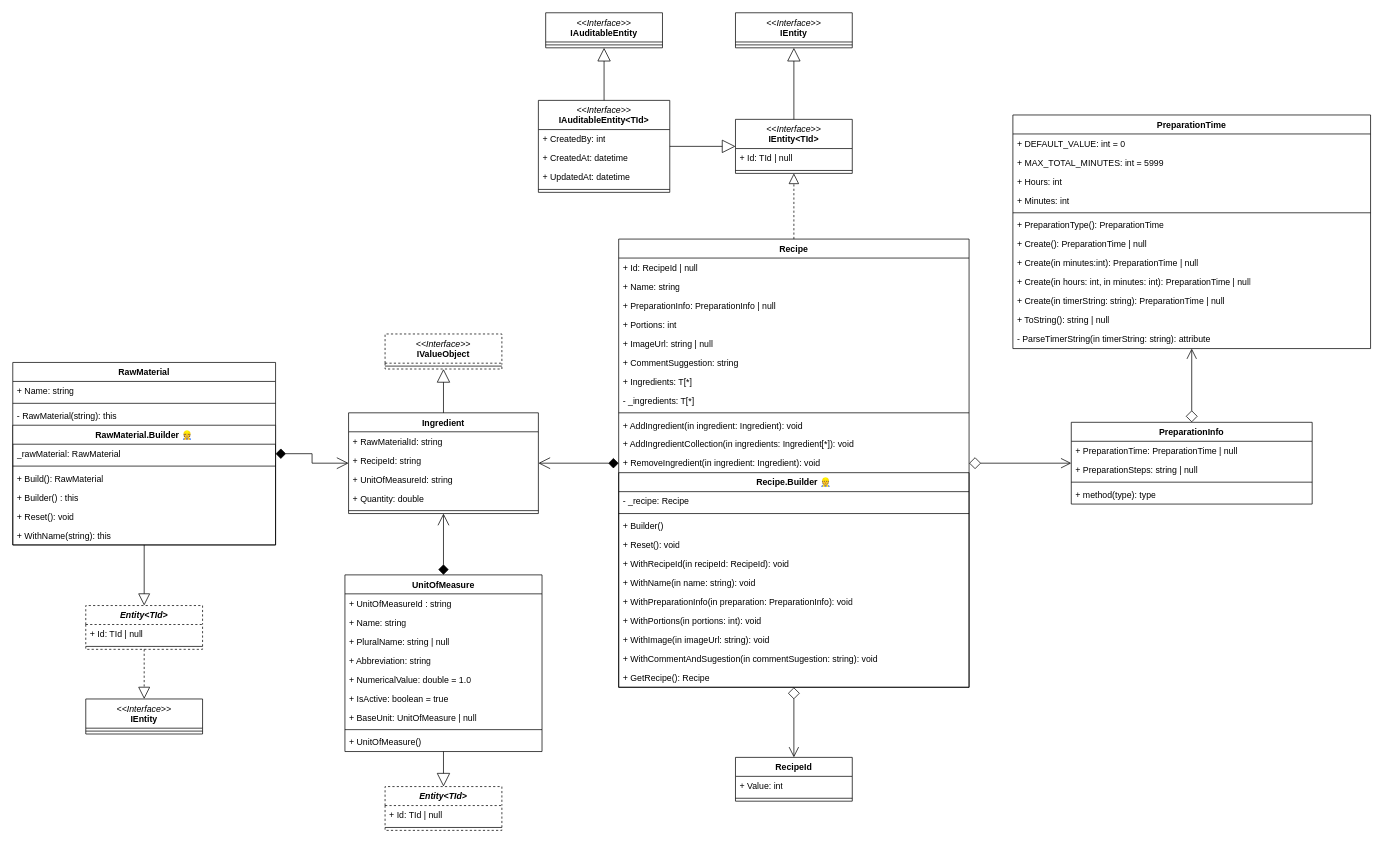
This is page "entity-relationship" (1 of 2) of docs/er.mw-saxsay.drawio from jmayta-dev/Saxsay, a draw.io file, before an edit. Source tidied: cells renumbered, new cells numbered last; positions are measured from the earlier drawing's top-left corner, leaving out a move shared by most shapes. Both pictures are drawn from the tidied source at 73%, with x=0, y=0 at pixel (12, 12).
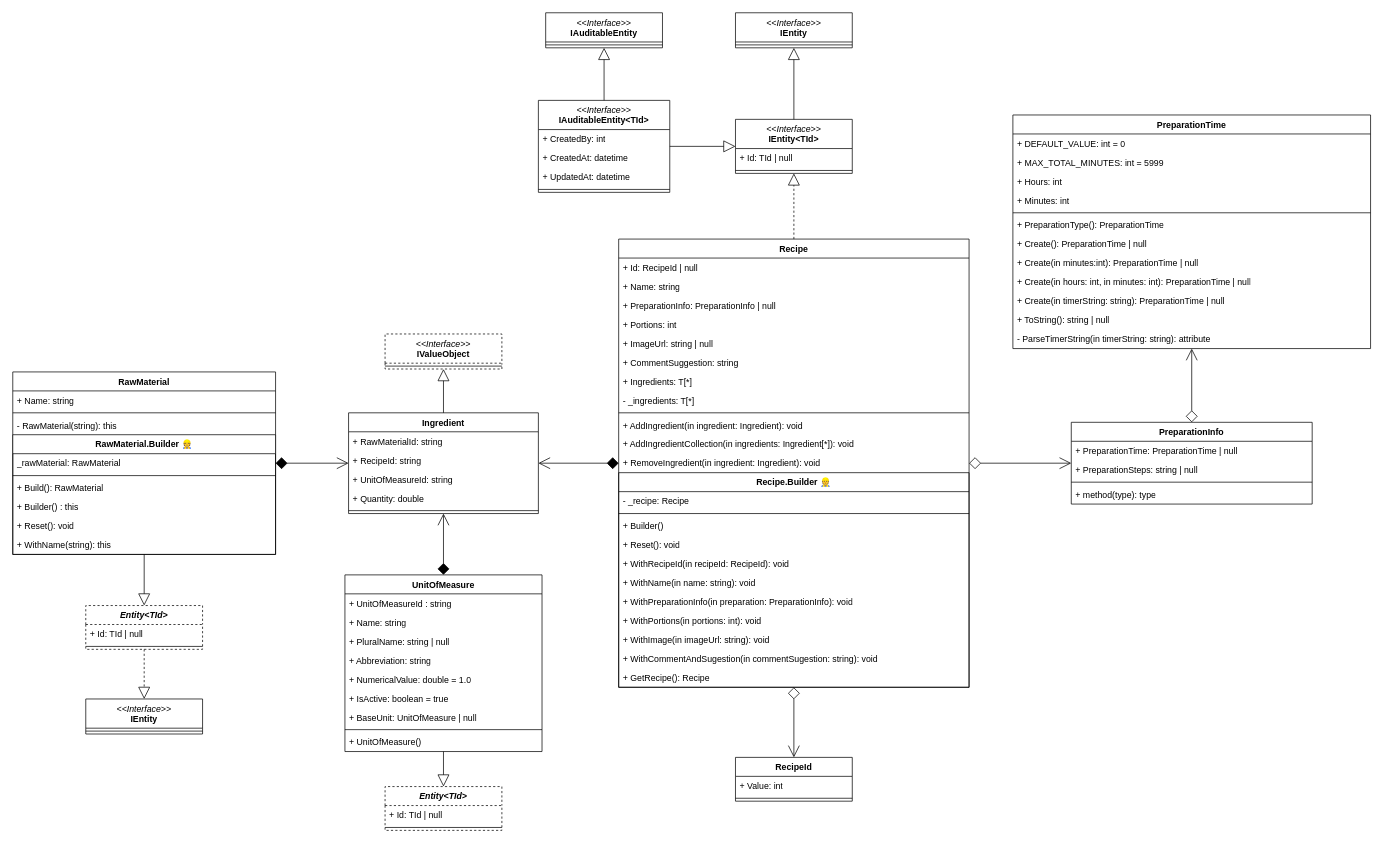
The same diagram, later.

Unchanged cells that the change refers to:
```xml
<mxCell id="2" value="Recipe" style="swimlane;fontStyle=1;align=center;verticalAlign=top;horizontal=1;startSize=26;whiteSpace=wrap;html=1;fontFamily=Fira Code;fillColor=none;labelBackgroundColor=none;" parent="1" vertex="1">
  <mxGeometry x="830" y="310" width="480" height="614" as="geometry" />
</mxCell>
<mxCell id="27" value="PreparationInfo" style="swimlane;fontStyle=1;align=center;verticalAlign=top;horizontal=1;startSize=26;whiteSpace=wrap;html=1;fontFamily=Fira Code;fillColor=none;" parent="1" vertex="1">
  <mxGeometry x="1450" y="561" width="330" height="112" as="geometry" />
</mxCell>
<mxCell id="32" value="PreparationTime" style="swimlane;fontStyle=1;align=center;verticalAlign=top;horizontal=1;startSize=26;whiteSpace=wrap;html=1;fontFamily=Fira Code;fillColor=none;" parent="1" vertex="1">
  <mxGeometry x="1370" y="140" width="490" height="320" as="geometry" />
</mxCell>
<mxCell id="45" value="&lt;i style=&quot;font-weight: normal;&quot;&gt;&amp;lt;&amp;lt;Interface&amp;gt;&amp;gt;&lt;/i&gt;&lt;br&gt;&lt;b style=&quot;border-color: var(--border-color);&quot;&gt;IEntity&amp;lt;TId&amp;gt;&lt;/b&gt;" style="swimlane;fontStyle=1;align=center;verticalAlign=top;horizontal=1;startSize=40;whiteSpace=wrap;html=1;fontFamily=Fira Code;fillColor=none;" parent="1" vertex="1">
  <mxGeometry x="990" y="146" width="160" height="74" as="geometry" />
</mxCell>
<mxCell id="48" value="&lt;i style=&quot;font-weight: normal;&quot;&gt;&amp;lt;&amp;lt;Interface&amp;gt;&amp;gt;&lt;/i&gt;&lt;br&gt;&lt;b style=&quot;border-color: var(--border-color);&quot;&gt;IEntity&lt;/b&gt;" style="swimlane;fontStyle=1;align=center;verticalAlign=top;horizontal=1;startSize=40;whiteSpace=wrap;html=1;fontFamily=Fira Code;fillColor=none;" parent="1" vertex="1">
  <mxGeometry x="990" width="160" height="48" as="geometry" />
</mxCell>
<mxCell id="51" value="&lt;i style=&quot;font-weight: normal;&quot;&gt;&amp;lt;&amp;lt;Interface&amp;gt;&amp;gt;&lt;/i&gt;&lt;br&gt;&lt;b style=&quot;border-color: var(--border-color);&quot;&gt;IAuditableEntity&amp;lt;TId&amp;gt;&lt;/b&gt;" style="swimlane;fontStyle=1;align=center;verticalAlign=top;horizontal=1;startSize=40;whiteSpace=wrap;html=1;fontFamily=Fira Code;fillColor=none;" parent="1" vertex="1">
  <mxGeometry x="720" y="120" width="180" height="126" as="geometry" />
</mxCell>
<mxCell id="56" value="&lt;i style=&quot;font-weight: normal;&quot;&gt;&amp;lt;&amp;lt;Interface&amp;gt;&amp;gt;&lt;/i&gt;&lt;br&gt;&lt;b style=&quot;border-color: var(--border-color);&quot;&gt;IAuditableEntity&lt;/b&gt;" style="swimlane;fontStyle=1;align=center;verticalAlign=top;horizontal=1;startSize=40;whiteSpace=wrap;html=1;fontFamily=Fira Code;fillColor=none;" parent="1" vertex="1">
  <mxGeometry x="730" width="160" height="48" as="geometry" />
</mxCell>
<mxCell id="61" value="RecipeId" style="swimlane;fontStyle=1;align=center;verticalAlign=top;horizontal=1;startSize=26;whiteSpace=wrap;html=1;fontFamily=Fira Code;fillColor=none;labelBackgroundColor=none;" parent="1" vertex="1">
  <mxGeometry x="990" y="1020" width="160" height="60" as="geometry" />
</mxCell>
<mxCell id="68" value="UnitOfMeasure" style="swimlane;fontStyle=1;align=center;verticalAlign=top;horizontal=1;startSize=26;whiteSpace=wrap;html=1;fontFamily=Fira Code;fillColor=none;labelBackgroundColor=none;" parent="1" vertex="1">
  <mxGeometry x="455" y="770" width="270" height="242" as="geometry" />
</mxCell>
<mxCell id="78" value="Ingredient" style="swimlane;fontStyle=1;align=center;verticalAlign=top;horizontal=1;startSize=26;whiteSpace=wrap;html=1;spacingLeft=4;spacingRight=4;fontFamily=Fira Code;fontSize=12;fontColor=default;fillColor=none;gradientColor=none;labelBackgroundColor=none;" parent="1" vertex="1">
  <mxGeometry x="460" y="548" width="260" height="138" as="geometry" />
</mxCell>
<mxCell id="85" value="&lt;i style=&quot;font-weight: normal;&quot;&gt;&amp;lt;&amp;lt;Interface&amp;gt;&amp;gt;&lt;/i&gt;&lt;br&gt;&lt;b style=&quot;border-color: var(--border-color);&quot;&gt;IValueObject&lt;/b&gt;" style="swimlane;fontStyle=1;align=center;verticalAlign=top;horizontal=1;startSize=40;whiteSpace=wrap;html=1;fontFamily=Fira Code;swimlaneLine=1;glass=0;rounded=0;shadow=0;dashed=1;fillColor=none;" parent="1" vertex="1">
  <mxGeometry x="510" y="440" width="160" height="48" as="geometry" />
</mxCell>
<mxCell id="103" value="Entity&amp;lt;TId&amp;gt;" style="swimlane;fontStyle=3;align=center;verticalAlign=top;horizontal=1;startSize=26;whiteSpace=wrap;html=1;spacingLeft=4;spacingRight=4;fontFamily=Fira Code;fontSize=12;fontColor=default;fillColor=none;gradientColor=none;dashed=1;" parent="1" vertex="1">
  <mxGeometry x="100" y="812" width="160" height="60" as="geometry" />
</mxCell>
<mxCell id="106" value="Entity&amp;lt;TId&amp;gt;" style="swimlane;fontStyle=3;align=center;verticalAlign=top;horizontal=1;startSize=26;whiteSpace=wrap;html=1;spacingLeft=4;spacingRight=4;fontFamily=Fira Code;fontSize=12;fontColor=default;fillColor=none;gradientColor=none;dashed=1;" parent="1" vertex="1">
  <mxGeometry x="510" y="1060" width="160" height="60" as="geometry" />
</mxCell>
<mxCell id="109" value="&lt;i style=&quot;font-weight: normal;&quot;&gt;&amp;lt;&amp;lt;Interface&amp;gt;&amp;gt;&lt;/i&gt;&lt;br&gt;&lt;b style=&quot;border-color: var(--border-color);&quot;&gt;IEntity&lt;/b&gt;" style="swimlane;fontStyle=1;align=center;verticalAlign=top;horizontal=1;startSize=40;whiteSpace=wrap;html=1;fontFamily=Fira Code;fillColor=none;" parent="1" vertex="1">
  <mxGeometry x="100" y="940" width="160" height="48" as="geometry" />
</mxCell>
```

The edit, as a diff of the source:
```diff
@@
-    <mxCell id="50" style="endArrow=block;endSize=16;endFill=0;html=1;rounded=0;fontFamily=Fira Code;" parent="1" edge="1" source="45" target="48">
+    <mxCell id="50" style="endArrow=block;endSize=14;endFill=0;html=1;rounded=0;fontFamily=Fira Code;startSize=14;" parent="1" edge="1" source="45" target="48">
       <mxGeometry relative="1" as="geometry" />
     </mxCell>
@@
-    <mxCell id="58" style="endArrow=block;endSize=16;endFill=0;html=1;rounded=0;fontFamily=Fira Code;" parent="1" edge="1" source="51" target="56">
+    <mxCell id="58" style="endArrow=block;endSize=14;endFill=0;html=1;rounded=0;fontFamily=Fira Code;startSize=14;" parent="1" edge="1" source="51" target="56">
       <mxGeometry relative="1" as="geometry" />
     </mxCell>
-    <mxCell id="59" style="endArrow=block;endSize=16;endFill=0;html=1;rounded=0;edgeStyle=orthogonalEdgeStyle;fontFamily=Fira Code;" parent="1" edge="1" source="51" target="45">
+    <mxCell id="59" style="endArrow=block;endSize=14;endFill=0;html=1;rounded=0;edgeStyle=orthogonalEdgeStyle;fontFamily=Fira Code;startSize=14;" parent="1" edge="1" source="51" target="45">
       <mxGeometry relative="1" as="geometry" />
     </mxCell>
-    <mxCell id="60" style="endArrow=block;dashed=1;endFill=0;endSize=12;html=1;rounded=0;fontFamily=Fira Code;startArrow=none;startFill=0;" parent="1" edge="1" source="2" target="45">
+    <mxCell id="60" style="endArrow=block;dashed=1;endFill=0;endSize=14;html=1;rounded=0;fontFamily=Fira Code;startArrow=none;startFill=0;startSize=14;" parent="1" edge="1" source="2" target="45">
       <mxGeometry relative="1" as="geometry" />
     </mxCell>
@@
-    <mxCell id="64" style="endArrow=open;html=1;endSize=12;startArrow=diamond;startSize=14;startFill=0;edgeStyle=orthogonalEdgeStyle;align=left;verticalAlign=bottom;rounded=0;fontFamily=Fira Code;" parent="1" edge="1" source="2" target="61">
+    <mxCell id="64" style="endArrow=open;html=1;endSize=14;startArrow=diamond;startSize=14;startFill=0;edgeStyle=orthogonalEdgeStyle;align=left;verticalAlign=bottom;rounded=0;fontFamily=Fira Code;" parent="1" edge="1" source="2" target="61">
       <mxGeometry x="-0.56" y="10" relative="1" as="geometry" />
     </mxCell>
-    <mxCell id="65" style="endArrow=open;html=1;endSize=12;startArrow=diamond;startSize=14;startFill=0;edgeStyle=orthogonalEdgeStyle;align=left;verticalAlign=bottom;rounded=0;fontFamily=Fira Code;" parent="1" edge="1" source="27" target="32">
+    <mxCell id="65" style="endArrow=open;html=1;endSize=14;startArrow=diamond;startSize=14;startFill=0;edgeStyle=orthogonalEdgeStyle;align=left;verticalAlign=bottom;rounded=0;fontFamily=Fira Code;" parent="1" edge="1" source="27" target="32">
       <mxGeometry x="-1" y="3" relative="1" as="geometry" />
     </mxCell>
-    <mxCell id="66" style="endArrow=open;html=1;endSize=12;startArrow=diamond;startSize=14;startFill=0;edgeStyle=orthogonalEdgeStyle;align=left;verticalAlign=bottom;rounded=0;fontFamily=Fira Code;" parent="1" edge="1" source="2" target="27">
+    <mxCell id="66" style="endArrow=open;html=1;endSize=14;startArrow=diamond;startSize=14;startFill=0;edgeStyle=orthogonalEdgeStyle;align=left;verticalAlign=bottom;rounded=0;fontFamily=Fira Code;" parent="1" edge="1" source="2" target="27">
       <mxGeometry x="-1" y="3" relative="1" as="geometry" />
     </mxCell>
-    <mxCell id="67" style="edgeStyle=orthogonalEdgeStyle;rounded=0;jettySize=auto;html=1;fontFamily=Fira Code;fontSize=12;fontColor=default;startArrow=diamond;startFill=1;endArrow=open;endFill=0;endSize=14;startSize=12;" parent="1" edge="1" source="68" target="78">
+    <mxCell id="67" style="edgeStyle=orthogonalEdgeStyle;rounded=0;jettySize=auto;html=1;fontFamily=Fira Code;fontSize=12;fontColor=default;startArrow=diamond;startFill=1;endArrow=open;endFill=0;endSize=14;startSize=14;" parent="1" edge="1" source="68" target="78">
       <mxGeometry relative="1" as="geometry" />
     </mxCell>
@@
-    <mxCell id="84" style="endArrow=diamond;endFill=1;endSize=12;html=1;rounded=0;fontFamily=Fira Code;fontSize=12;fontColor=default;startSize=14;startArrow=open;startFill=0;edgeStyle=orthogonalEdgeStyle;" parent="1" edge="1" source="78" target="91">
+    <mxCell id="84" style="endArrow=diamond;endFill=1;endSize=14;html=1;rounded=0;fontFamily=Fira Code;fontSize=12;fontColor=default;startSize=14;startArrow=open;startFill=0;edgeStyle=orthogonalEdgeStyle;" parent="1" edge="1" source="78" target="91">
       <mxGeometry relative="1" as="geometry" />
     </mxCell>
@@
-    <mxCell id="87" style="endArrow=block;endSize=16;endFill=0;html=1;rounded=0;fontFamily=Fira Code;fontSize=12;fontColor=default;" parent="1" edge="1" source="78" target="85">
+    <mxCell id="87" style="endArrow=block;endSize=14;endFill=0;html=1;rounded=0;fontFamily=Fira Code;fontSize=12;fontColor=default;startSize=14;" parent="1" edge="1" source="78" target="85">
       <mxGeometry relative="1" as="geometry" />
     </mxCell>
-    <mxCell id="88" style="endArrow=block;endSize=16;endFill=0;rounded=0;fontFamily=Fira Code;fontSize=12;fontColor=default;html=1;" parent="1" edge="1" source="68" target="106">
+    <mxCell id="88" style="endArrow=block;endSize=14;endFill=0;rounded=0;fontFamily=Fira Code;fontSize=12;fontColor=default;html=1;startSize=14;" parent="1" edge="1" source="68" target="106">
       <mxGeometry x="-0.43" y="-2" relative="1" as="geometry" />
     </mxCell>
-    <mxCell id="89" style="endArrow=diamond;endFill=1;html=1;rounded=0;fontFamily=Fira Code;fontSize=12;fontColor=default;startArrow=open;startFill=0;strokeWidth=1;endSize=12;startSize=14;" parent="1" edge="1" source="78" target="2">
+    <mxCell id="89" style="endArrow=diamond;endFill=1;html=1;rounded=0;fontFamily=Fira Code;fontSize=12;fontColor=default;startArrow=open;startFill=0;strokeWidth=1;endSize=14;startSize=14;" parent="1" edge="1" source="78" target="2">
       <mxGeometry relative="1" as="geometry" />
     </mxCell>
-    <mxCell id="90" style="edgeStyle=orthogonalEdgeStyle;rounded=0;jettySize=auto;html=1;fontFamily=Fira Code;fontSize=12;fontColor=default;endArrow=block;endFill=0;endSize=14;startSize=12;" parent="1" edge="1" source="91" target="103">
+    <mxCell id="90" style="edgeStyle=orthogonalEdgeStyle;rounded=0;jettySize=auto;html=1;fontFamily=Fira Code;fontSize=12;fontColor=default;endArrow=block;endFill=0;endSize=14;startSize=14;" parent="1" edge="1" source="91" target="103">
       <mxGeometry relative="1" as="geometry" />
     </mxCell>
     <mxCell id="91" value="RawMaterial" style="swimlane;fontStyle=1;align=center;verticalAlign=top;horizontal=1;startSize=26;whiteSpace=wrap;html=1;fontFamily=Fira Code;labelBackgroundColor=none;fillColor=none;" parent="1" vertex="1">
-      <mxGeometry y="479" width="360" height="250" as="geometry" />
+      <mxGeometry y="492" width="360" height="250" as="geometry" />
     </mxCell>
@@
-    <mxCell id="102" style="edgeStyle=orthogonalEdgeStyle;rounded=0;jettySize=auto;html=1;fontFamily=Fira Code;fontSize=12;fontColor=default;endArrow=block;endFill=0;endSize=14;dashed=1;" parent="1" edge="1" source="103" target="109">
+    <mxCell id="102" style="edgeStyle=orthogonalEdgeStyle;rounded=0;jettySize=auto;html=1;fontFamily=Fira Code;fontSize=12;fontColor=default;endArrow=block;endFill=0;endSize=14;dashed=1;startSize=14;" parent="1" edge="1" source="103" target="109">
       <mxGeometry relative="1" as="geometry" />
     </mxCell>
```
